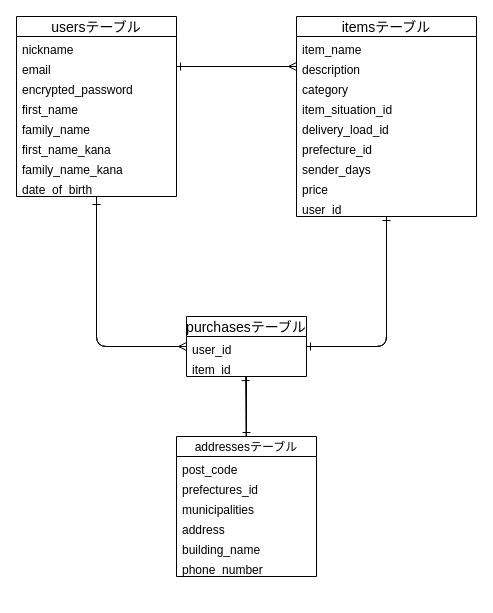
Earlier version of the draw.io diagram furima.dio (8yukidaruma8/furima-38545). Source tidied: cells renumbered, new cells numbered last; positions are measured from the earlier drawing's top-left corner, leaving out a move shared by most shapes. Both pictures are drawn from the tidied source at 100%, with x=0, y=0 at pixel (16, 16).
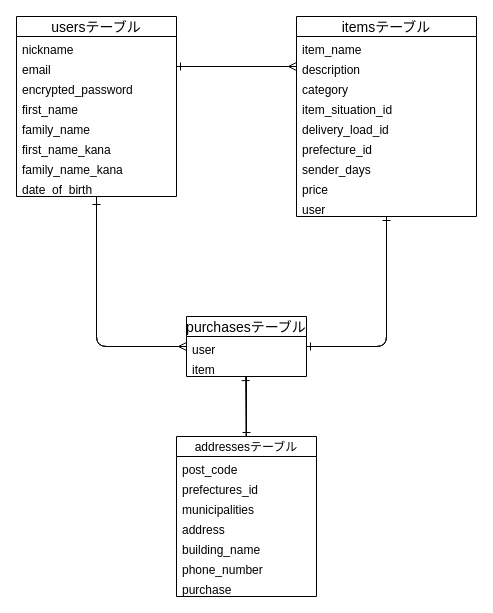
After the change.

The change refers to these unchanged cells:
```xml
<mxCell id="13" value="itemsテーブル" style="swimlane;fontStyle=0;horizontal=1;startSize=20;align=center;fontSize=14;swimlaneFillColor=none;gradientColor=none;shadow=0;" parent="1" vertex="1">
  <mxGeometry x="280" width="180" height="200" as="geometry" />
</mxCell>
<mxCell id="35" value="purchasesテーブル" style="swimlane;fontStyle=0;horizontal=1;startSize=20;align=center;fontSize=14;swimlaneFillColor=none;gradientColor=none;shadow=0;" parent="1" vertex="1">
  <mxGeometry x="170" y="300" width="120" height="60" as="geometry" />
</mxCell>
```

Change to the diagram source:
```diff
@@
-    <mxCell id="22" value="user_id" style="text;strokeColor=none;fillColor=none;spacingLeft=4;spacingRight=4;overflow=hidden;fontSize=12;" parent="13" vertex="1">
+    <mxCell id="22" value="user" style="text;strokeColor=none;fillColor=none;spacingLeft=4;spacingRight=4;overflow=hidden;fontSize=12;" parent="13" vertex="1">
       <mxGeometry y="180" width="180" height="20" as="geometry" />
     </mxCell>
@@
     <mxCell id="24" value="addressesテーブル" style="swimlane;fontStyle=0;horizontal=1;startSize=20;align=center;fontSize=12;swimlaneFillColor=none;gradientColor=none;shadow=0;" parent="1" vertex="1">
-      <mxGeometry x="160" y="420" width="140" height="140" as="geometry" />
+      <mxGeometry x="160" y="420" width="140" height="160" as="geometry" />
     </mxCell>
@@
+    <mxCell id="39" value="purchase" style="text;strokeColor=none;fillColor=none;spacingLeft=4;spacingRight=4;overflow=hidden;fontSize=12;" parent="24" vertex="1">
+      <mxGeometry y="140" width="140" height="20" as="geometry" />
+    </mxCell>
@@
-    <mxCell id="36" value="user_id" style="text;strokeColor=none;fillColor=none;spacingLeft=4;spacingRight=4;overflow=hidden;points=[[0,0.5],[1,0.5]];portConstraint=eastwest;fontSize=12;" parent="35" vertex="1">
+    <mxCell id="36" value="user" style="text;strokeColor=none;fillColor=none;spacingLeft=4;spacingRight=4;overflow=hidden;points=[[0,0.5],[1,0.5]];portConstraint=eastwest;fontSize=12;" parent="35" vertex="1">
       <mxGeometry y="20" width="120" height="20" as="geometry" />
     </mxCell>
-    <mxCell id="37" value="item_id" style="text;strokeColor=none;fillColor=none;spacingLeft=4;spacingRight=4;overflow=hidden;points=[[0,0.5],[1,0.5]];portConstraint=eastwest;fontSize=12;" parent="35" vertex="1">
+    <mxCell id="37" value="item" style="text;strokeColor=none;fillColor=none;spacingLeft=4;spacingRight=4;overflow=hidden;points=[[0,0.5],[1,0.5]];portConstraint=eastwest;fontSize=12;" parent="35" vertex="1">
       <mxGeometry y="40" width="120" height="20" as="geometry" />
     </mxCell>
```
